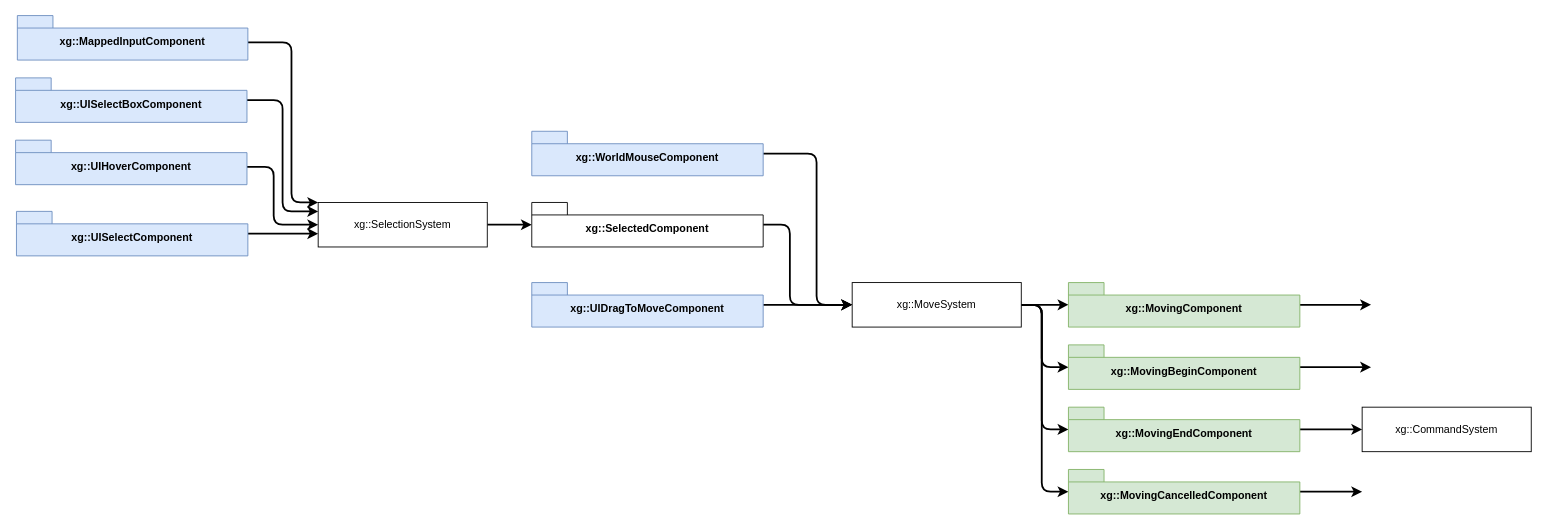
This is design/selection.drawio from djfooks-kl/breadboard, a draw.io file, before an edit. Source tidied: cells renumbered, new cells numbered last; positions are measured from the earlier drawing's top-left corner, leaving out a move shared by most shapes. Both pictures are drawn from the tidied source at 89%, with x=0, y=0 at pixel (15, 15).
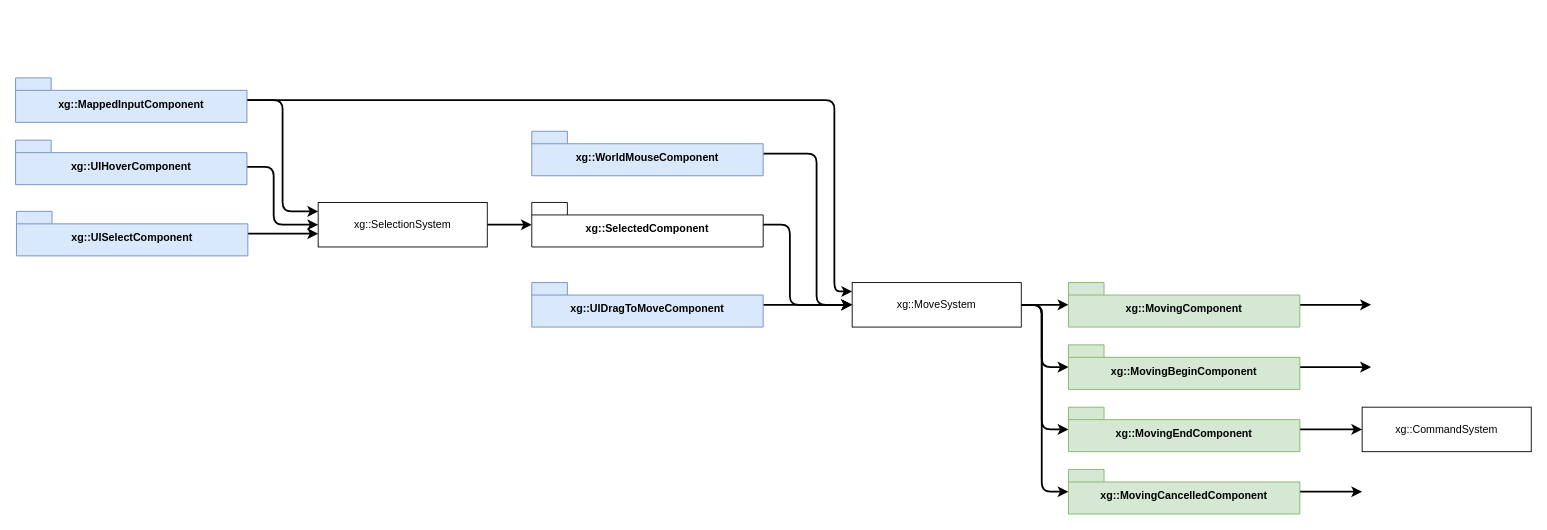
Above is the later version.

The change refers to these unchanged cells:
```xml
<mxCell id="5" value="xg::SelectionSystem" style="html=1;whiteSpace=wrap;" parent="1" vertex="1">
  <mxGeometry x="340" y="210" width="190" height="50" as="geometry" />
</mxCell>
<mxCell id="12" value="xg::MoveSystem" style="html=1;whiteSpace=wrap;" parent="1" vertex="1">
  <mxGeometry x="940" y="300" width="190" height="50" as="geometry" />
</mxCell>
```

Change to the diagram source:
```diff
@@
+    <mxCell id="32" style="edgeStyle=orthogonalEdgeStyle;shape=connector;curved=0;rounded=1;jumpStyle=gap;jettySize=auto;html=1;strokeColor=default;strokeWidth=2;align=center;verticalAlign=middle;fontFamily=Helvetica;fontSize=11;fontColor=default;labelBackgroundColor=default;endArrow=classic;" parent="1" edge="1" source="14" target="12">
+      <mxGeometry relative="1" as="geometry">
+        <Array as="points">
+          <mxPoint x="920" y="95" />
+          <mxPoint x="920" y="310" />
+        </Array>
+      </mxGeometry>
+    </mxCell>
-    <mxCell id="14" value="xg::UISelectBoxComponent" style="shape=folder;fontStyle=1;spacingTop=10;tabWidth=40;tabHeight=14;tabPosition=left;html=1;whiteSpace=wrap;fillColor=#dae8fc;strokeColor=#6c8ebf;" parent="1" vertex="1">
+    <mxCell id="14" value="xg::MappedInputComponent" style="shape=folder;fontStyle=1;spacingTop=10;tabWidth=40;tabHeight=14;tabPosition=left;html=1;whiteSpace=wrap;fillColor=#dae8fc;strokeColor=#6c8ebf;" parent="1" vertex="1">
       <mxGeometry y="70" width="260" height="50" as="geometry" />
     </mxCell>
-    <mxCell id="15" style="edgeStyle=orthogonalEdgeStyle;shape=connector;curved=0;rounded=1;jettySize=auto;html=1;strokeColor=default;strokeWidth=2;align=center;verticalAlign=middle;fontFamily=Helvetica;fontSize=11;fontColor=default;labelBackgroundColor=default;endArrow=classic;jumpStyle=gap;" parent="1" edge="1" source="16" target="5">
-      <mxGeometry relative="1" as="geometry">
-        <Array as="points">
-          <mxPoint x="310" y="30" />
-          <mxPoint x="310" y="210" />
-        </Array>
-      </mxGeometry>
-    </mxCell>
-    <mxCell id="16" value="xg::MappedInputComponent" style="shape=folder;fontStyle=1;spacingTop=10;tabWidth=40;tabHeight=14;tabPosition=left;html=1;whiteSpace=wrap;fillColor=#dae8fc;strokeColor=#6c8ebf;" parent="1" vertex="1">
-      <mxGeometry x="2" width="259" height="50" as="geometry" />
-    </mxCell>
```
